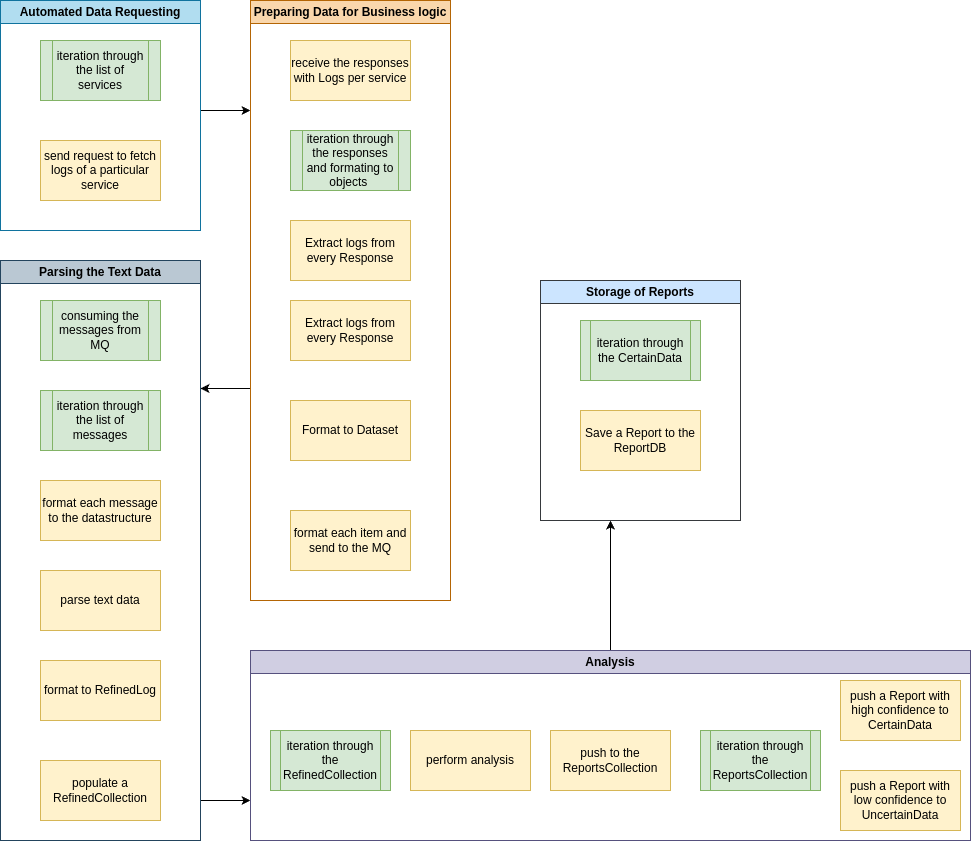
Above: services/logging_agent/arch_diagrams/process_view_opt1.png in John321Blacksmith/knowledge_base (draw.io), before the change. Source tidied: cells renumbered, new cells last; positions are measured from the earlier drawing's top-left corner, leaving out a move shared by most shapes.
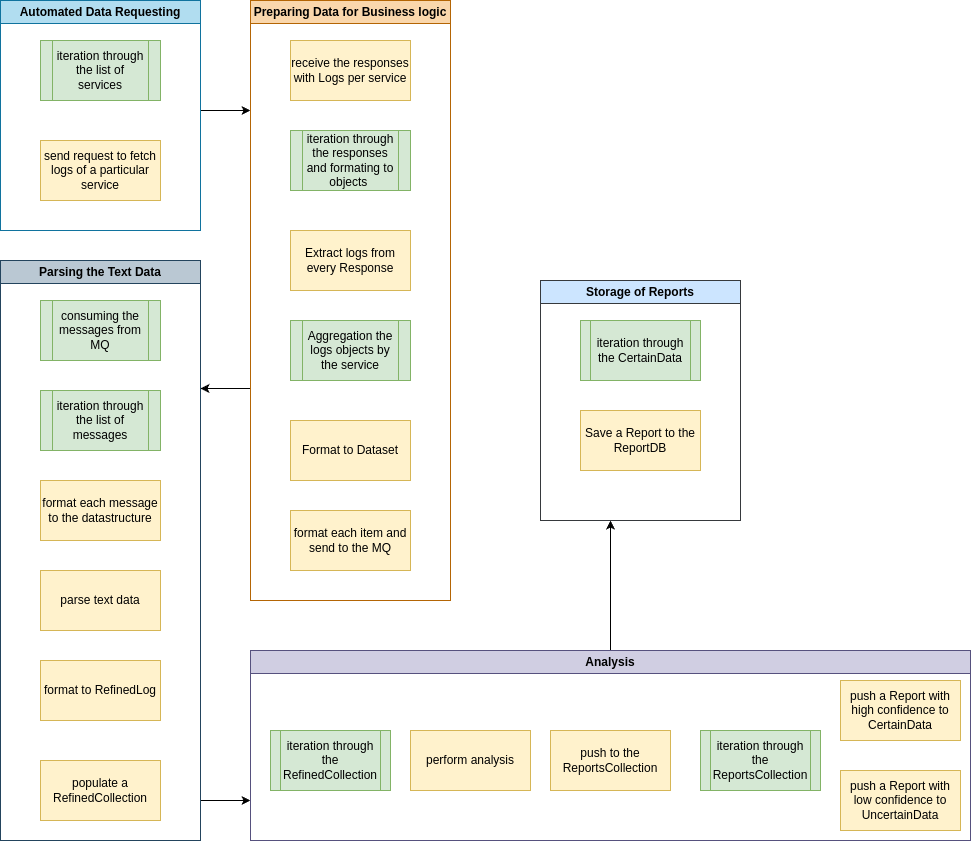
Later version of the same file.

Commit message:
feat: logs aggregation by the service

What changed in the source:
```diff
@@ -41,14 +41,14 @@
       <mxGeometry x="40" y="510" width="120" height="60" as="geometry" />
     </mxCell>
     <mxCell id="11" value="Extract logs from every Response" style="rounded=0;whiteSpace=wrap;html=1;labelBackgroundColor=none;fillColor=#fff2cc;strokeColor=#d6b656;" parent="7" vertex="1">
-      <mxGeometry x="40" y="220" width="120" height="60" as="geometry" />
+      <mxGeometry x="40" y="230" width="120" height="60" as="geometry" />
     </mxCell>
-    <mxCell id="12" value="Extract logs from every Response" style="rounded=0;whiteSpace=wrap;html=1;labelBackgroundColor=none;fillColor=#fff2cc;strokeColor=#d6b656;" parent="7" vertex="1">
-      <mxGeometry x="40" y="300" width="120" height="60" as="geometry" />
-    </mxCell>
     <mxCell id="13" value="Format to Dataset" style="rounded=0;whiteSpace=wrap;html=1;labelBackgroundColor=none;fillColor=#fff2cc;strokeColor=#d6b656;" parent="7" vertex="1">
-      <mxGeometry x="40" y="400" width="120" height="60" as="geometry" />
+      <mxGeometry x="40" y="420" width="120" height="60" as="geometry" />
     </mxCell>
+    <mxCell id="33" value="Aggregation the logs objects by the service" style="shape=process;whiteSpace=wrap;html=1;backgroundOutline=1;labelBackgroundColor=none;fillColor=#d5e8d4;strokeColor=#82b366;" parent="7" vertex="1">
+      <mxGeometry x="40" y="320" width="120" height="60" as="geometry" />
+    </mxCell>
     <mxCell id="14" style="edgeStyle=orthogonalEdgeStyle;rounded=0;jettySize=auto;html=1;labelBackgroundColor=none;fontColor=default;" parent="1" edge="1" source="15">
       <mxGeometry relative="1" as="geometry">
         <mxPoint x="250" y="800" as="targetPoint" />
```
